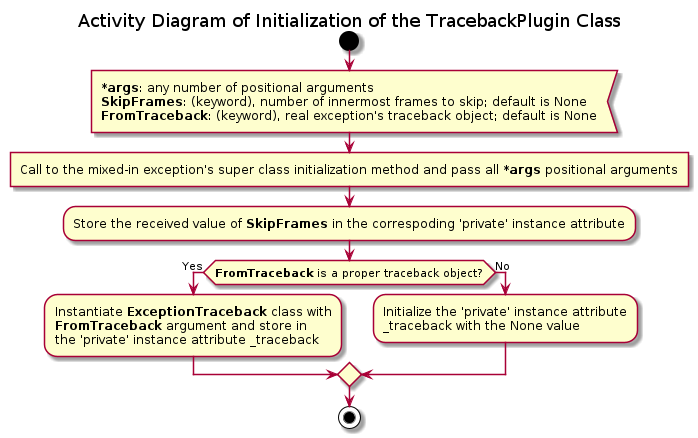
Earlier version of the PlantUML export Documentation/UML/base_exceptions/traceback_plugin_init.png (FooBarShebang/introspection_lib).
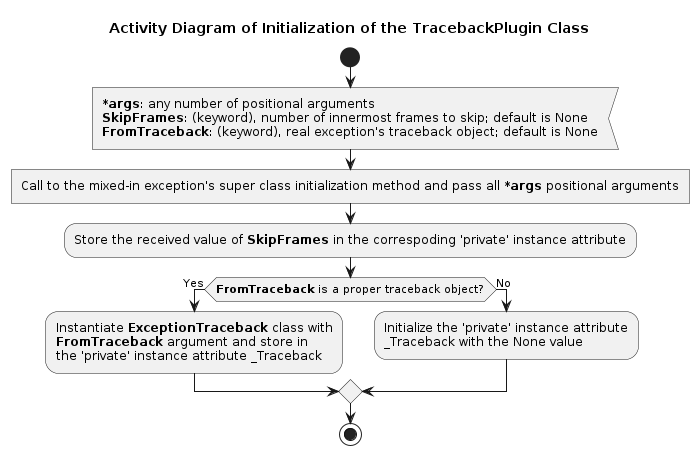
After the change.

Diff of the diagram source:
```diff
@@ -13,9 +13,9 @@
 :Store the received value of <b>SkipFrames</b> in the correspoding 'private' instance attribute;
 
 if (<b>FromTraceback</b> is a proper traceback object?) then (Yes)
-    :Instantiate <b>ExceptionTraceback</b> class with\n<b>FromTraceback</b> argument and store in\nthe 'private' instance attribute _traceback ;
+    :Instantiate <b>ExceptionTraceback</b> class with\n<b>FromTraceback</b> argument and store in\nthe 'private' instance attribute _Traceback ;
 else (No)
-    :Initialize the 'private' instance attribute\n_traceback with the None value;
+    :Initialize the 'private' instance attribute\n_Traceback with the None value;
 endif
 
 stop
```
